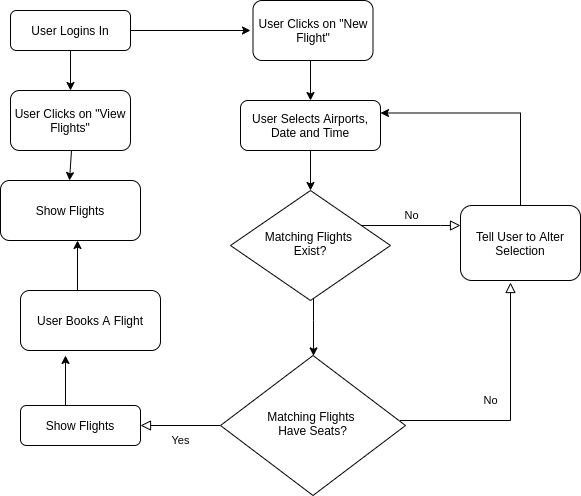
PegliOne/Project-0-Flight-Planner keeps this draw.io diagram as User Story Diagram.png. Above is the earlier version. Source tidied: cells renumbered, new cells last; positions are measured from the earlier drawing's top-left corner, leaving out a move shared by most shapes.
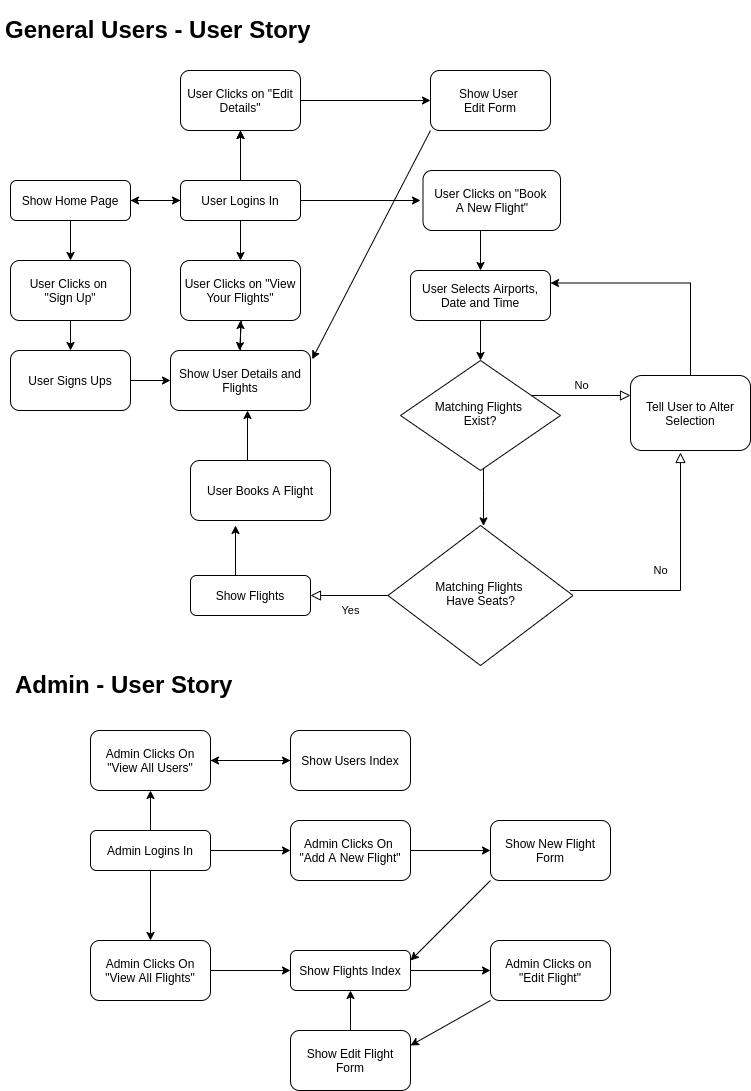
After the commit.

Change to the diagram source:
```diff
@@ -2,6 +2,15 @@
   <root>
     <mxCell id="0" />
     <mxCell id="1" parent="0" />
+    <mxCell id="24" style="edgeStyle=orthogonalEdgeStyle;rounded=0;jettySize=auto;html=1;" parent="1" edge="1" source="2" target="29">
+      <mxGeometry relative="1" as="geometry" />
+    </mxCell>
+    <mxCell id="25" style="edgeStyle=orthogonalEdgeStyle;rounded=0;jettySize=auto;html=1;" parent="1" edge="1" source="2" target="29">
+      <mxGeometry relative="1" as="geometry" />
+    </mxCell>
+    <mxCell id="26" style="edgeStyle=orthogonalEdgeStyle;rounded=0;jettySize=auto;html=1;" parent="1" edge="1" source="2" target="34">
+      <mxGeometry relative="1" as="geometry" />
+    </mxCell>
     <mxCell id="2" value="User Logins In" style="rounded=1;whiteSpace=wrap;html=1;fontSize=12;glass=0;strokeWidth=1;shadow=0;" parent="1" vertex="1">
       <mxGeometry x="10" y="10" width="120" height="40" as="geometry" />
     </mxCell>
@@ -13,8 +22,9 @@
         </Array>
       </mxGeometry>
     </mxCell>
-    <mxCell id="4" style="edgeStyle=orthogonalEdgeStyle;rounded=0;jettySize=auto;html=1;" parent="1" edge="1" source="5" target="10">
+    <mxCell id="4" style="edgeStyle=orthogonalEdgeStyle;rounded=0;jettySize=auto;html=1;" parent="1" edge="1" source="5">
       <mxGeometry relative="1" as="geometry">
+        <mxPoint x="313" y="355.4" as="targetPoint" />
         <Array as="points">
           <mxPoint x="313" y="320" />
           <mxPoint x="313" y="320" />
@@ -48,7 +58,7 @@
       </mxGeometry>
     </mxCell>
     <mxCell id="10" value="Matching Flights &lt;br&gt;Have Seats?" style="rhombus;whiteSpace=wrap;html=1;shadow=0;fontFamily=Helvetica;fontSize=12;align=center;strokeWidth=1;spacing=6;spacingTop=-4;" parent="1" vertex="1">
-      <mxGeometry x="220" y="355" width="185" height="140" as="geometry" />
+      <mxGeometry x="217.5" y="355" width="185" height="140" as="geometry" />
     </mxCell>
     <mxCell id="11" value="Show Flights" style="rounded=1;whiteSpace=wrap;html=1;fontSize=12;glass=0;strokeWidth=1;shadow=0;" parent="1" vertex="1">
       <mxGeometry x="20" y="405" width="120" height="40" as="geometry" />
@@ -59,8 +69,8 @@
     <mxCell id="13" value="User Selects Airports, Date and Time" style="rounded=1;whiteSpace=wrap;html=1;fontSize=12;glass=0;strokeWidth=1;shadow=0;" parent="1" vertex="1">
       <mxGeometry x="240" y="100" width="140" height="50" as="geometry" />
     </mxCell>
-    <mxCell id="14" value="User Clicks on &quot;New Flight&quot;" style="rounded=1;whiteSpace=wrap;html=1;" parent="1" vertex="1">
-      <mxGeometry x="252.5" width="120" height="60" as="geometry" />
+    <mxCell id="14" value="User Clicks on &quot;Book &lt;br&gt;A New Flight&quot;" style="rounded=1;whiteSpace=wrap;html=1;" parent="1" vertex="1">
+      <mxGeometry x="252.5" width="137.5" height="60" as="geometry" />
     </mxCell>
     <mxCell id="15" value="User Books A Flight" style="rounded=1;whiteSpace=wrap;html=1;" parent="1" vertex="1">
       <mxGeometry x="20" y="290" width="140" height="60" as="geometry" />
@@ -71,7 +81,10 @@
         <mxPoint x="65" y="355" as="targetPoint" />
       </mxGeometry>
     </mxCell>
+    <mxCell id="27" style="edgeStyle=orthogonalEdgeStyle;rounded=0;jettySize=auto;html=1;" parent="1" edge="1" source="17" target="19">
+      <mxGeometry relative="1" as="geometry" />
+    </mxCell>
-    <mxCell id="17" value="Show Flights" style="rounded=1;whiteSpace=wrap;html=1;" parent="1" vertex="1">
+    <mxCell id="17" value="Show User Details and Flights" style="rounded=1;whiteSpace=wrap;html=1;" parent="1" vertex="1">
       <mxGeometry y="180" width="140" height="60" as="geometry" />
     </mxCell>
     <mxCell id="18" style="endArrow=classic;html=1;" parent="1" edge="1">
@@ -80,7 +93,7 @@
         <mxPoint x="77" y="240" as="targetPoint" />
       </mxGeometry>
     </mxCell>
-    <mxCell id="19" value="User Clicks on &quot;View Flights&quot;" style="rounded=1;whiteSpace=wrap;html=1;" parent="1" vertex="1">
+    <mxCell id="19" value="User Clicks on &quot;View Your Flights&quot;" style="rounded=1;whiteSpace=wrap;html=1;" parent="1" vertex="1">
       <mxGeometry x="10" y="90" width="120" height="60" as="geometry" />
     </mxCell>
     <mxCell id="20" style="endArrow=classic;html=1;exitX=0.5;exitY=1;exitDx=0;exitDy=0;entryX=0.5;entryY=0;entryDx=0;entryDy=0;" parent="1" edge="1" source="2" target="19">
@@ -103,5 +116,120 @@
         <mxPoint x="310" y="60" as="sourcePoint" />
       </mxGeometry>
     </mxCell>
+    <mxCell id="28" style="edgeStyle=orthogonalEdgeStyle;rounded=0;jettySize=auto;html=1;entryX=0;entryY=0.5;entryDx=0;entryDy=0;" parent="1" edge="1" source="29" target="30">
+      <mxGeometry relative="1" as="geometry" />
+    </mxCell>
+    <mxCell id="29" value="User Clicks on &quot;Edit Details&quot;" style="rounded=1;whiteSpace=wrap;html=1;" parent="1" vertex="1">
+      <mxGeometry x="10" y="-100" width="120" height="60" as="geometry" />
+    </mxCell>
+    <mxCell id="30" value="Show User &lt;br&gt;Edit Form" style="rounded=1;whiteSpace=wrap;html=1;" parent="1" vertex="1">
+      <mxGeometry x="260" y="-100" width="120" height="60" as="geometry" />
+    </mxCell>
+    <mxCell id="31" style="endArrow=classic;html=1;exitX=0;exitY=1;exitDx=0;exitDy=0;entryX=1.012;entryY=0.145;entryDx=0;entryDy=0;entryPerimeter=0;" parent="1" edge="1" source="30" target="17">
+      <mxGeometry relative="1" as="geometry" />
+    </mxCell>
+    <mxCell id="32" style="edgeStyle=orthogonalEdgeStyle;rounded=0;jettySize=auto;html=1;" parent="1" edge="1" source="34" target="38">
+      <mxGeometry relative="1" as="geometry" />
+    </mxCell>
+    <mxCell id="33" style="edgeStyle=orthogonalEdgeStyle;rounded=0;jettySize=auto;html=1;" parent="1" edge="1" source="34" target="2">
+      <mxGeometry relative="1" as="geometry" />
+    </mxCell>
+    <mxCell id="34" value="Show Home Page" style="rounded=1;whiteSpace=wrap;html=1;" parent="1" vertex="1">
+      <mxGeometry x="-160" y="10" width="120" height="40" as="geometry" />
+    </mxCell>
+    <mxCell id="35" style="edgeStyle=orthogonalEdgeStyle;rounded=0;jettySize=auto;html=1;" parent="1" edge="1" source="36" target="17">
+      <mxGeometry relative="1" as="geometry" />
+    </mxCell>
+    <mxCell id="36" value="User Signs Ups" style="rounded=1;whiteSpace=wrap;html=1;" parent="1" vertex="1">
+      <mxGeometry x="-160" y="180" width="120" height="60" as="geometry" />
+    </mxCell>
+    <mxCell id="37" style="edgeStyle=orthogonalEdgeStyle;rounded=0;jettySize=auto;html=1;" parent="1" edge="1" source="38" target="36">
+      <mxGeometry relative="1" as="geometry" />
+    </mxCell>
+    <mxCell id="38" value="User Clicks on &lt;br&gt;&quot;Sign Up&quot;" style="rounded=1;whiteSpace=wrap;html=1;" parent="1" vertex="1">
+      <mxGeometry x="-160" y="90" width="120" height="60" as="geometry" />
+    </mxCell>
+    <mxCell id="39" style="edgeStyle=orthogonalEdgeStyle;rounded=0;orthogonalLoop=1;jettySize=auto;html=1;" parent="1" edge="1">
+      <mxGeometry relative="1" as="geometry">
+        <mxPoint x="40" y="680" as="sourcePoint" />
+        <mxPoint x="120" y="680" as="targetPoint" />
+      </mxGeometry>
+    </mxCell>
+    <mxCell id="40" style="edgeStyle=orthogonalEdgeStyle;rounded=0;orthogonalLoop=1;jettySize=auto;html=1;" parent="1" edge="1">
+      <mxGeometry relative="1" as="geometry">
+        <mxPoint x="-20" y="700" as="sourcePoint" />
+        <mxPoint x="-20" y="770" as="targetPoint" />
+      </mxGeometry>
+    </mxCell>
+    <mxCell id="41" style="edgeStyle=orthogonalEdgeStyle;rounded=0;orthogonalLoop=1;jettySize=auto;html=1;" parent="1" edge="1">
+      <mxGeometry relative="1" as="geometry">
+        <mxPoint x="-20" y="660" as="sourcePoint" />
+        <mxPoint x="-20" y="620" as="targetPoint" />
+      </mxGeometry>
+    </mxCell>
+    <mxCell id="42" value="Admin Logins In" style="rounded=1;whiteSpace=wrap;html=1;fontSize=12;glass=0;strokeWidth=1;shadow=0;" parent="1" vertex="1">
+      <mxGeometry x="-80" y="660" width="120" height="40" as="geometry" />
+    </mxCell>
+    <mxCell id="43" style="edgeStyle=orthogonalEdgeStyle;rounded=0;orthogonalLoop=1;jettySize=auto;html=1;" parent="1" edge="1">
+      <mxGeometry relative="1" as="geometry">
+        <mxPoint x="240" y="680" as="sourcePoint" />
+        <mxPoint x="320" y="680" as="targetPoint" />
+      </mxGeometry>
+    </mxCell>
+    <mxCell id="44" value="Admin Clicks On &lt;br&gt;&quot;Add A New Flight&quot;" style="whiteSpace=wrap;html=1;rounded=1;shadow=0;strokeWidth=1;glass=0;" parent="1" vertex="1">
+      <mxGeometry x="120" y="650" width="120" height="60" as="geometry" />
+    </mxCell>
+    <mxCell id="45" value="Show New Flight Form" style="whiteSpace=wrap;html=1;rounded=1;shadow=0;strokeWidth=1;glass=0;" parent="1" vertex="1">
+      <mxGeometry x="320" y="650" width="120" height="60" as="geometry" />
+    </mxCell>
+    <mxCell id="46" style="edgeStyle=orthogonalEdgeStyle;rounded=0;jettySize=auto;html=1;" parent="1" edge="1" target="49">
+      <mxGeometry relative="1" as="geometry">
+        <mxPoint x="40" y="800" as="sourcePoint" />
+      </mxGeometry>
+    </mxCell>
+    <mxCell id="47" value="Admin Clicks On &quot;View All Flights&quot;" style="whiteSpace=wrap;html=1;rounded=1;shadow=0;strokeWidth=1;glass=0;" parent="1" vertex="1">
+      <mxGeometry x="-80" y="770" width="120" height="60" as="geometry" />
+    </mxCell>
+    <mxCell id="48" style="edgeStyle=orthogonalEdgeStyle;rounded=0;jettySize=auto;html=1;" parent="1" edge="1" source="49" target="53">
+      <mxGeometry relative="1" as="geometry" />
+    </mxCell>
+    <mxCell id="49" value="Show Flights Index" style="whiteSpace=wrap;html=1;rounded=1;shadow=0;strokeWidth=1;glass=0;" parent="1" vertex="1">
+      <mxGeometry x="120" y="780" width="120" height="40" as="geometry" />
+    </mxCell>
+    <mxCell id="50" style="endArrow=classic;html=1;exitX=0;exitY=1;exitDx=0;exitDy=0;entryX=1;entryY=0.25;entryDx=0;entryDy=0;" parent="1" edge="1" target="49">
+      <mxGeometry relative="1" as="geometry">
+        <mxPoint x="320" y="710" as="sourcePoint" />
+      </mxGeometry>
+    </mxCell>
+    <mxCell id="51" value="&lt;h1&gt;General Users - User Story&lt;/h1&gt;" style="text;html=1;strokeColor=none;fillColor=none;spacing=5;spacingTop=-20;whiteSpace=wrap;overflow=hidden;rounded=0;" parent="1" vertex="1">
+      <mxGeometry x="-170" y="-160" width="350" height="40" as="geometry" />
+    </mxCell>
+    <mxCell id="52" value="&lt;h1&gt;Admin - User Story&lt;/h1&gt;" style="text;html=1;strokeColor=none;fillColor=none;spacing=5;spacingTop=-20;whiteSpace=wrap;overflow=hidden;rounded=0;" parent="1" vertex="1">
+      <mxGeometry x="-160" y="495" width="250" height="40" as="geometry" />
+    </mxCell>
+    <mxCell id="53" value="Admin Clicks on &lt;br&gt;&quot;Edit Flight&quot;" style="whiteSpace=wrap;html=1;rounded=1;shadow=0;strokeWidth=1;glass=0;" parent="1" vertex="1">
+      <mxGeometry x="320" y="770" width="120" height="60" as="geometry" />
+    </mxCell>
+    <mxCell id="54" style="edgeStyle=orthogonalEdgeStyle;rounded=0;jettySize=auto;html=1;" parent="1" edge="1" source="55" target="49">
+      <mxGeometry relative="1" as="geometry" />
+    </mxCell>
+    <mxCell id="55" value="Show Edit Flight Form" style="rounded=1;whiteSpace=wrap;html=1;" parent="1" vertex="1">
+      <mxGeometry x="120" y="860" width="120" height="60" as="geometry" />
+    </mxCell>
+    <mxCell id="56" style="endArrow=classic;html=1;exitX=0;exitY=1;exitDx=0;exitDy=0;entryX=1;entryY=0.25;entryDx=0;entryDy=0;" parent="1" edge="1" source="53" target="55">
+      <mxGeometry relative="1" as="geometry" />
+    </mxCell>
+    <mxCell id="57" style="edgeStyle=orthogonalEdgeStyle;rounded=0;jettySize=auto;html=1;" parent="1" edge="1" source="58" target="60">
+      <mxGeometry relative="1" as="geometry" />
+    </mxCell>
+    <mxCell id="58" value="Admin Clicks On &quot;View All Users&quot;" style="rounded=1;whiteSpace=wrap;html=1;" parent="1" vertex="1">
+      <mxGeometry x="-80" y="560" width="120" height="60" as="geometry" />
+    </mxCell>
+    <mxCell id="59" style="edgeStyle=orthogonalEdgeStyle;rounded=0;jettySize=auto;html=1;" parent="1" edge="1" source="60" target="58">
+      <mxGeometry relative="1" as="geometry" />
+    </mxCell>
+    <mxCell id="60" value="Show Users Index" style="whiteSpace=wrap;html=1;rounded=1;" parent="1" vertex="1">
+      <mxGeometry x="120" y="560" width="120" height="60" as="geometry" />
+    </mxCell>
   </root>
 </mxGraphModel>
```
